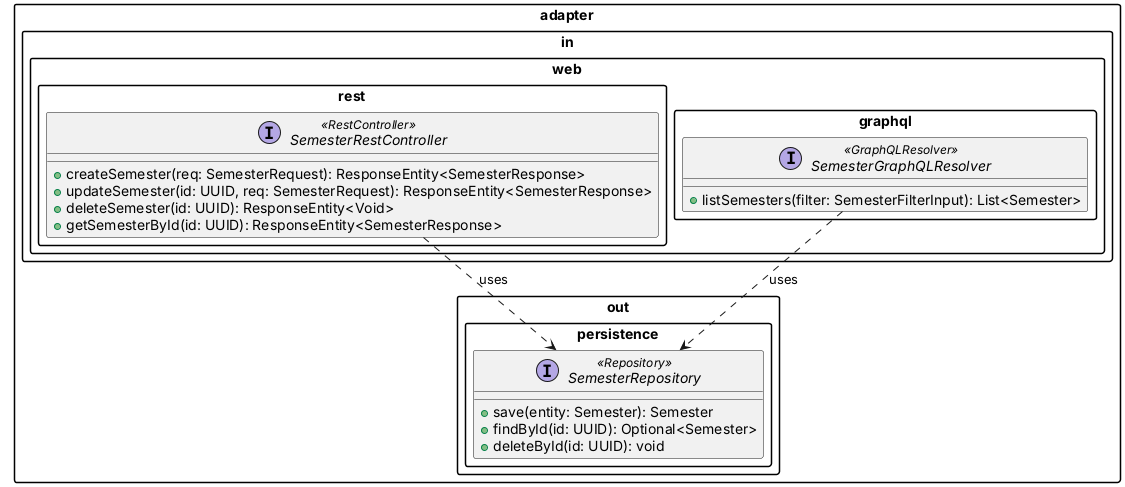
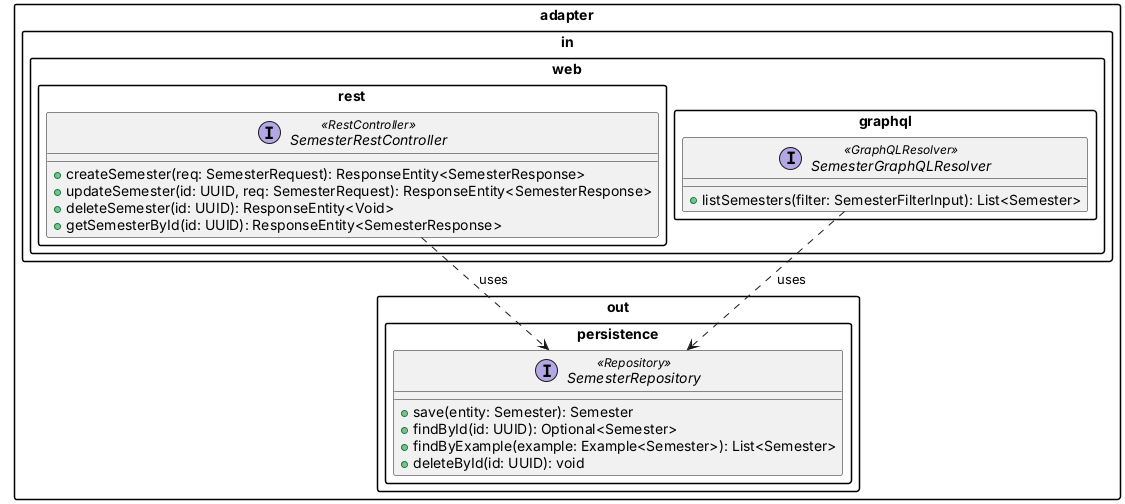
@startuml semester_contract

!pragma layout smetana
skinparam packageStyle rectangle
skinparam defaultFontName Inter

package "adapter.in.web.rest" {
  interface "SemesterRestController" <<RestController>> {
    + createSemester(req: SemesterRequest): ResponseEntity<SemesterResponse>
    + updateSemester(id: UUID, req: SemesterRequest): ResponseEntity<SemesterResponse>
    + deleteSemester(id: UUID): ResponseEntity<Void>
    + getSemesterById(id: UUID): ResponseEntity<SemesterResponse>
  }
}

package "adapter.in.web.graphql" {
  interface "SemesterGraphQLResolver" <<GraphQLResolver>> {
    + listSemesters(filter: SemesterFilterInput): List<Semester>
  }
}

package "adapter.out.persistence" {
  interface "SemesterRepository" <<Repository>> {
    + save(entity: Semester): Semester
    + findById(id: UUID): Optional<Semester>
+     + findByExample(example: Example<Semester>): List<Semester>
    + deleteById(id: UUID): void
  }
}

' === Dependency Arrows ===
"SemesterRestController"  ..> "SemesterRepository" : uses
"SemesterGraphQLResolver" ..> "SemesterRepository" : uses

@enduml
